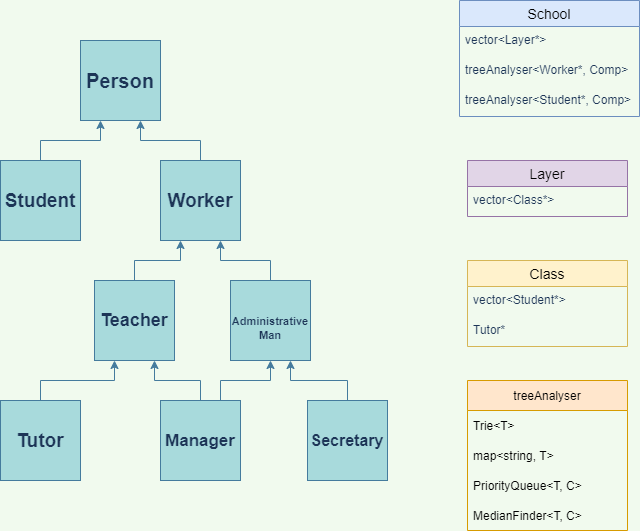
The draw.io diagram Block diagram.png in ofir-tan/School-Super-Data-Structure, before a commit. Source tidied: cells renumbered, new cells last; positions are measured from the earlier drawing's top-left corner, leaving out a move shared by most shapes.
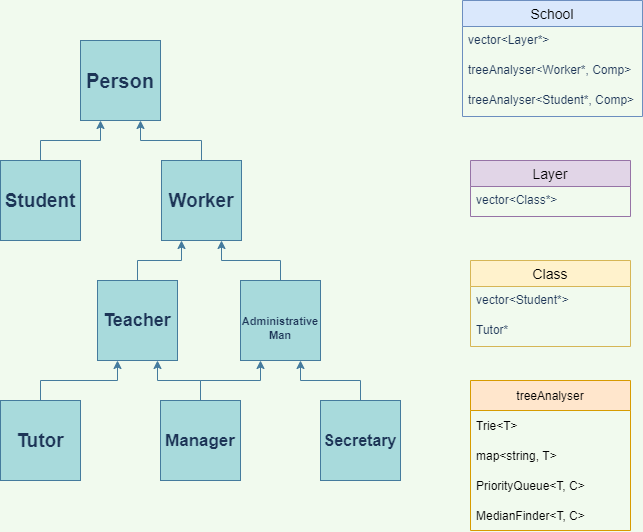
The same file after the commit.

What changed in the source:
```diff
@@ -3,25 +3,43 @@
     <mxCell id="0" />
     <mxCell id="1" parent="0" />
     <mxCell id="2" style="edgeStyle=orthogonalEdgeStyle;rounded=0;jettySize=auto;html=1;exitX=0.5;exitY=0;exitDx=0;exitDy=0;entryX=0.25;entryY=1;entryDx=0;entryDy=0;labelBackgroundColor=#F1FAEE;strokeColor=#457B9D;fontColor=#1D3557;" parent="1" edge="1" source="3" target="10">
-      <mxGeometry relative="1" as="geometry" />
+      <mxGeometry relative="1" as="geometry">
+        <Array as="points">
+          <mxPoint x="37" y="380" />
+          <mxPoint x="114" y="380" />
+        </Array>
+      </mxGeometry>
     </mxCell>
     <mxCell id="3" value="&lt;b&gt;&lt;font style=&quot;font-size: 19px&quot;&gt;Tutor&lt;/font&gt;&lt;/b&gt;" style="whiteSpace=wrap;html=1;fillColor=#A8DADC;strokeColor=#457B9D;fontColor=#1D3557;" parent="1" vertex="1">
-      <mxGeometry y="400" width="80" height="80" as="geometry" />
+      <mxGeometry x="-3" y="400" width="80" height="80" as="geometry" />
     </mxCell>
-    <mxCell id="4" style="edgeStyle=orthogonalEdgeStyle;rounded=0;jettySize=auto;html=1;exitX=0.5;exitY=0;exitDx=0;exitDy=0;entryX=0.75;entryY=1;entryDx=0;entryDy=0;fontSize=16;labelBackgroundColor=#F1FAEE;strokeColor=#457B9D;fontColor=#1D3557;" parent="1" edge="1" source="6" target="10">
-      <mxGeometry relative="1" as="geometry" />
+    <mxCell id="4" style="edgeStyle=orthogonalEdgeStyle;rounded=0;jettySize=auto;html=1;exitX=0.25;exitY=0;exitDx=0;exitDy=0;entryX=0.75;entryY=1;entryDx=0;entryDy=0;fontSize=16;labelBackgroundColor=#F1FAEE;strokeColor=#457B9D;fontColor=#1D3557;" parent="1" edge="1" source="6" target="10">
+      <mxGeometry relative="1" as="geometry">
+        <Array as="points">
+          <mxPoint x="197" y="400" />
+          <mxPoint x="197" y="380" />
+          <mxPoint x="154" y="380" />
+        </Array>
+      </mxGeometry>
     </mxCell>
-    <mxCell id="5" style="edgeStyle=orthogonalEdgeStyle;rounded=0;jettySize=auto;html=1;exitX=0.75;exitY=0;exitDx=0;exitDy=0;entryX=0.5;entryY=1;entryDx=0;entryDy=0;fontSize=16;labelBackgroundColor=#F1FAEE;strokeColor=#457B9D;fontColor=#1D3557;" parent="1" edge="1" source="6" target="8">
-      <mxGeometry relative="1" as="geometry" />
+    <mxCell id="5" style="edgeStyle=orthogonalEdgeStyle;rounded=0;jettySize=auto;html=1;exitX=0.75;exitY=0;exitDx=0;exitDy=0;fontSize=16;labelBackgroundColor=#F1FAEE;strokeColor=#457B9D;fontColor=#1D3557;" parent="1" edge="1" source="6">
+      <mxGeometry relative="1" as="geometry">
+        <mxPoint x="257" y="360" as="targetPoint" />
+        <Array as="points">
+          <mxPoint x="197" y="400" />
+          <mxPoint x="197" y="380" />
+          <mxPoint x="257" y="380" />
+        </Array>
+      </mxGeometry>
     </mxCell>
     <mxCell id="6" value="&lt;b&gt;&lt;font style=&quot;font-size: 17px&quot;&gt;Manager&lt;/font&gt;&lt;/b&gt;" style="whiteSpace=wrap;html=1;fillColor=#A8DADC;strokeColor=#457B9D;fontColor=#1D3557;" parent="1" vertex="1">
-      <mxGeometry x="160" y="400" width="80" height="80" as="geometry" />
+      <mxGeometry x="157" y="400" width="80" height="80" as="geometry" />
     </mxCell>
     <mxCell id="7" style="edgeStyle=orthogonalEdgeStyle;rounded=0;jettySize=auto;html=1;exitX=0.5;exitY=0;exitDx=0;exitDy=0;entryX=0.75;entryY=1;entryDx=0;entryDy=0;fontSize=16;labelBackgroundColor=#F1FAEE;strokeColor=#457B9D;fontColor=#1D3557;" parent="1" edge="1" source="8" target="14">
       <mxGeometry relative="1" as="geometry" />
     </mxCell>
     <mxCell id="8" value="&lt;br&gt;&lt;font style=&quot;font-size: 11px&quot;&gt;&lt;font face=&quot;helvetica&quot; style=&quot;font-size: 11px&quot;&gt;&lt;b&gt;Administrative&lt;br&gt;Man&lt;/b&gt;&lt;/font&gt;&lt;br&gt;&lt;/font&gt;" style="whiteSpace=wrap;html=1;fillColor=#A8DADC;strokeColor=#457B9D;fontColor=#1D3557;" parent="1" vertex="1">
-      <mxGeometry x="230" y="280" width="80" height="80" as="geometry" />
+      <mxGeometry x="237" y="280" width="80" height="80" as="geometry" />
     </mxCell>
     <mxCell id="9" style="edgeStyle=orthogonalEdgeStyle;rounded=0;jettySize=auto;html=1;exitX=0.5;exitY=0;exitDx=0;exitDy=0;entryX=0.25;entryY=1;entryDx=0;entryDy=0;fontSize=16;labelBackgroundColor=#F1FAEE;strokeColor=#457B9D;fontColor=#1D3557;" parent="1" edge="1" source="10" target="14">
       <mxGeometry relative="1" as="geometry" />
@@ -29,26 +47,26 @@
     <mxCell id="10" value="&lt;b&gt;&lt;font style=&quot;font-size: 18px&quot;&gt;Teacher&lt;/font&gt;&lt;/b&gt;" style="whiteSpace=wrap;html=1;fillColor=#A8DADC;strokeColor=#457B9D;fontColor=#1D3557;" parent="1" vertex="1">
       <mxGeometry x="94" y="280" width="80" height="80" as="geometry" />
     </mxCell>
-    <mxCell id="11" style="edgeStyle=orthogonalEdgeStyle;rounded=0;jettySize=auto;html=1;exitX=0.5;exitY=0;exitDx=0;exitDy=0;entryX=0.75;entryY=1;entryDx=0;entryDy=0;fontSize=16;labelBackgroundColor=#F1FAEE;strokeColor=#457B9D;fontColor=#1D3557;" parent="1" edge="1" source="12" target="8">
+    <mxCell id="11" style="edgeStyle=orthogonalEdgeStyle;rounded=0;jettySize=auto;html=1;exitX=0.5;exitY=0;exitDx=0;exitDy=0;fontSize=16;labelBackgroundColor=#F1FAEE;strokeColor=#457B9D;fontColor=#1D3557;entryX=0.75;entryY=1;entryDx=0;entryDy=0;" parent="1" edge="1" source="12" target="8">
       <mxGeometry relative="1" as="geometry" />
     </mxCell>
     <mxCell id="12" value="&lt;font face=&quot;helvetica&quot; size=&quot;1&quot;&gt;&lt;b style=&quot;font-size: 16px&quot;&gt;Secretary&lt;/b&gt;&lt;/font&gt;" style="whiteSpace=wrap;html=1;fillColor=#A8DADC;strokeColor=#457B9D;fontColor=#1D3557;" parent="1" vertex="1">
-      <mxGeometry x="307" y="400" width="80" height="80" as="geometry" />
+      <mxGeometry x="317" y="400" width="80" height="80" as="geometry" />
     </mxCell>
     <mxCell id="13" style="edgeStyle=orthogonalEdgeStyle;rounded=0;jettySize=auto;html=1;exitX=0.5;exitY=0;exitDx=0;exitDy=0;entryX=0.75;entryY=1;entryDx=0;entryDy=0;fontSize=16;labelBackgroundColor=#F1FAEE;strokeColor=#457B9D;fontColor=#1D3557;" parent="1" edge="1" source="14" target="17">
       <mxGeometry relative="1" as="geometry" />
     </mxCell>
     <mxCell id="14" value="&lt;font face=&quot;helvetica&quot;&gt;&lt;span style=&quot;font-size: 19px&quot;&gt;&lt;b&gt;Worker&lt;br&gt;&lt;/b&gt;&lt;/span&gt;&lt;/font&gt;" style="whiteSpace=wrap;html=1;fillColor=#A8DADC;strokeColor=#457B9D;fontColor=#1D3557;" parent="1" vertex="1">
-      <mxGeometry x="160" y="160" width="80" height="80" as="geometry" />
+      <mxGeometry x="158" y="160" width="80" height="80" as="geometry" />
     </mxCell>
     <mxCell id="15" style="edgeStyle=orthogonalEdgeStyle;rounded=0;jettySize=auto;html=1;exitX=0.5;exitY=0;exitDx=0;exitDy=0;entryX=0.25;entryY=1;entryDx=0;entryDy=0;fontSize=16;labelBackgroundColor=#F1FAEE;strokeColor=#457B9D;fontColor=#1D3557;" parent="1" edge="1" source="16" target="17">
       <mxGeometry relative="1" as="geometry" />
     </mxCell>
     <mxCell id="16" value="&lt;b&gt;&lt;font style=&quot;font-size: 19px&quot;&gt;Student&lt;/font&gt;&lt;/b&gt;" style="whiteSpace=wrap;html=1;fillColor=#A8DADC;strokeColor=#457B9D;fontColor=#1D3557;" parent="1" vertex="1">
-      <mxGeometry y="160" width="80" height="80" as="geometry" />
+      <mxGeometry x="-3" y="160" width="80" height="80" as="geometry" />
     </mxCell>
     <mxCell id="17" value="&lt;font style=&quot;font-size: 20px&quot;&gt;&lt;b&gt;Person&lt;/b&gt;&lt;/font&gt;" style="whiteSpace=wrap;html=1;fillColor=#A8DADC;strokeColor=#457B9D;fontColor=#1D3557;" parent="1" vertex="1">
-      <mxGeometry x="80" y="40" width="80" height="80" as="geometry" />
+      <mxGeometry x="77" y="40" width="80" height="80" as="geometry" />
     </mxCell>
     <mxCell id="18" value="School" style="swimlane;fontStyle=0;horizontal=1;startSize=26;align=center;fontSize=14;fillColor=#dae8fc;strokeColor=#6c8ebf;" parent="1" vertex="1">
       <mxGeometry x="459" width="180" height="116" as="geometry" />
```
